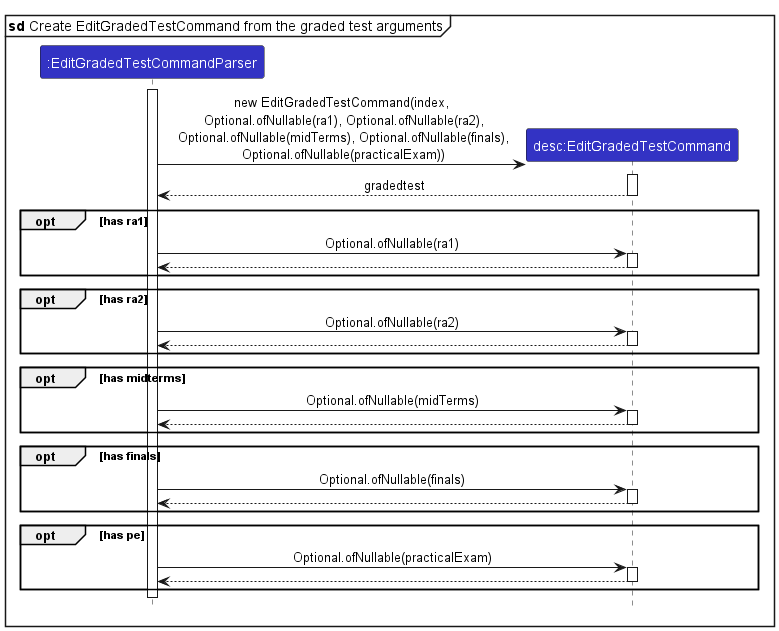
The PlantUML diagram docs/images/EditGradedTestSequenceDiagram.png in raydenlim/tp, before a commit.
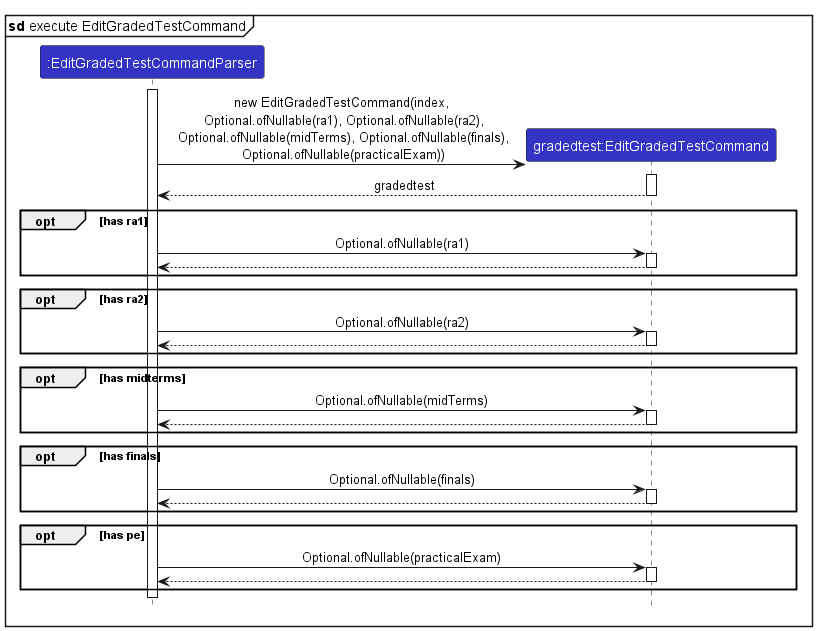
Above is the later version.

Diff of the diagram source:
```diff
@@ -6,10 +6,10 @@
 skinparam ArrowFontStyle plain
 skinparam sequenceReferenceBackgroundColor white
 
-mainframe: **sd** Create EditGradedTestCommand from the graded test arguments
+mainframe: **sd** execute EditGradedTestCommand
 
 participant ":EditGradedTestCommandParser" as EditGradedTestCommandParser LOGIC_COLOR
-participant "desc:EditGradedTestCommand" as EditGradedTestCommand LOGIC_COLOR
+participant "gradedtest:EditGradedTestCommand" as EditGradedTestCommand LOGIC_COLOR
 
 activate EditGradedTestCommandParser
 
```
